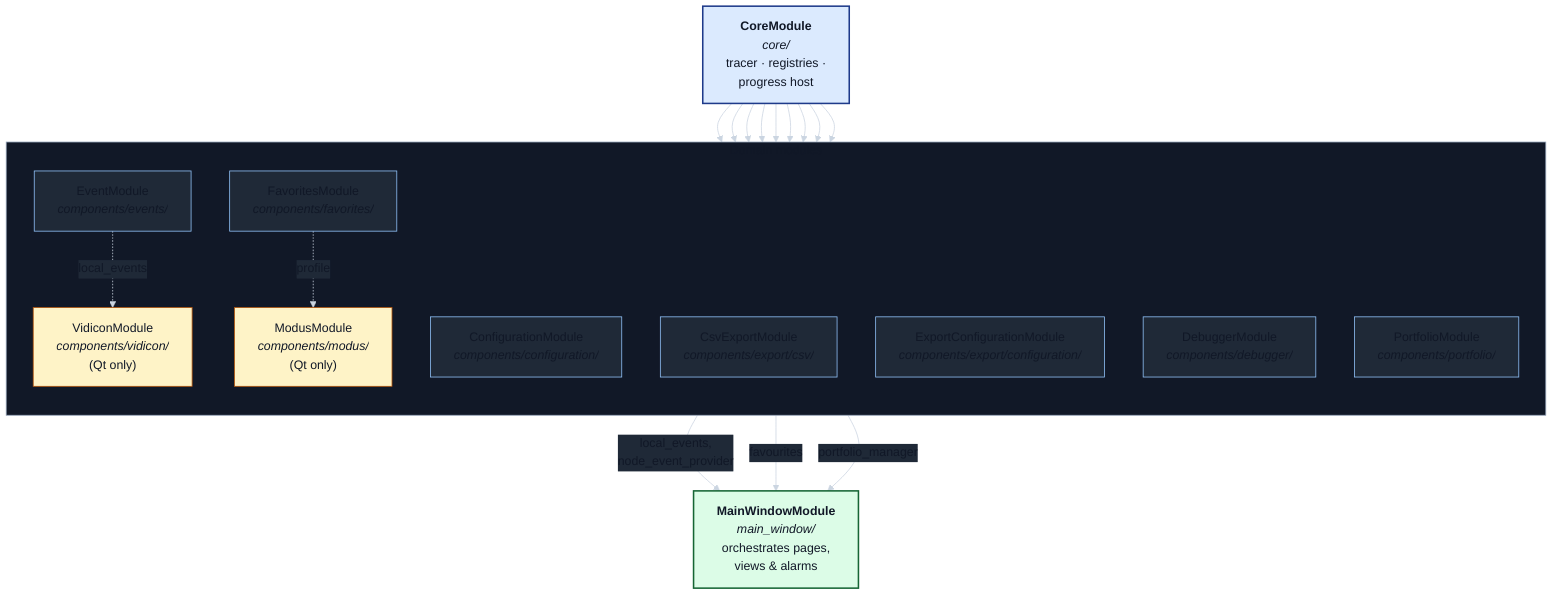
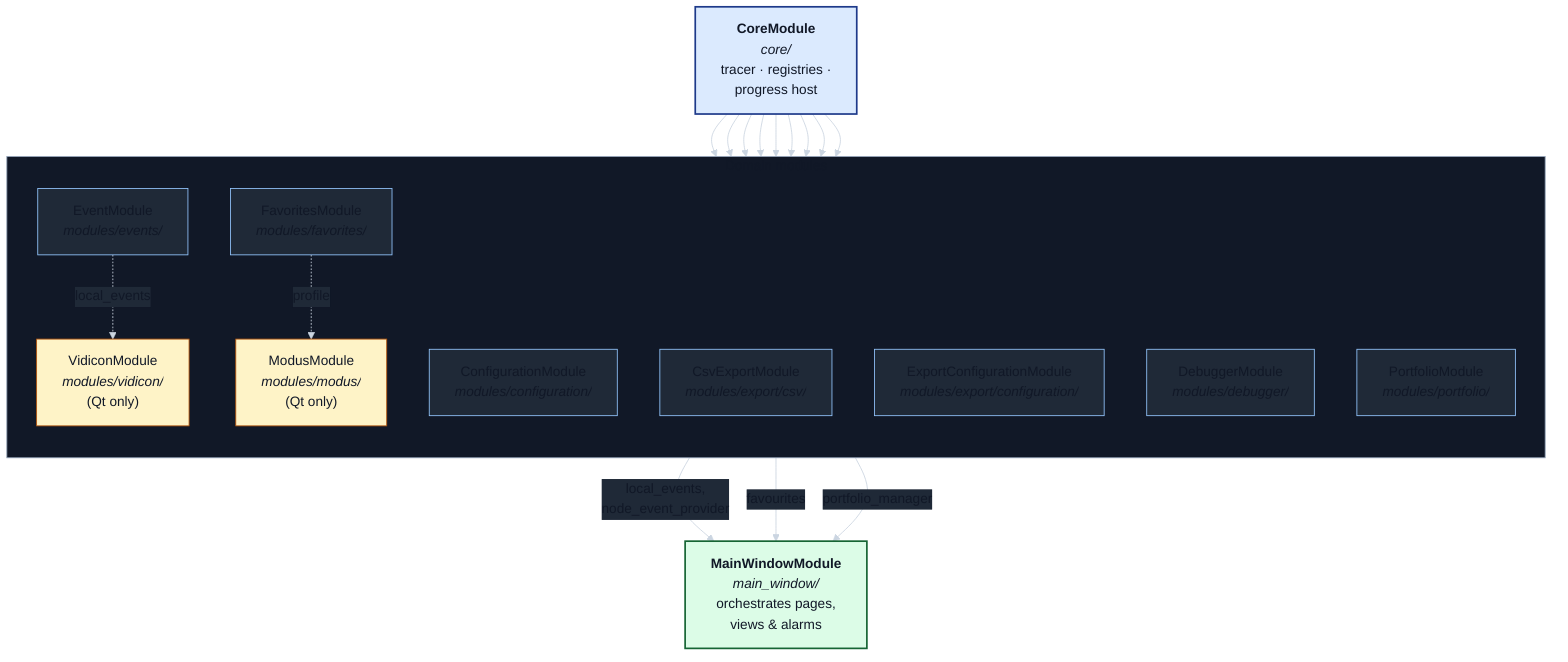
%%{init: {
  'theme': 'base',
  'themeVariables': {
    'background': 'transparent',
    'primaryColor': '#1f2937',
    'primaryBorderColor': '#93c5fd',
    'primaryTextColor': '#f8fafc',
    'secondaryColor': '#1f2937',
    'secondaryBorderColor': '#93c5fd',
    'secondaryTextColor': '#f8fafc',
    'tertiaryColor': '#0f172a',
    'tertiaryBorderColor': '#94a3b8',
    'tertiaryTextColor': '#f8fafc',
    'lineColor': '#cbd5e1',
    'defaultLinkColor': '#cbd5e1',
    'clusterBkg': '#111827',
    'clusterBorder': '#94a3b8',
    'titleColor': '#f8fafc'
  },
  'flowchart': {'htmlLabels': true}
}}%%
flowchart TB
    Core["<b>CoreModule</b><br/><i>core/</i><br/>tracer · registries ·<br/>progress host"]

    subgraph Domain["Domain modules"]
        direction TB
-         Event["EventModule<br/><i>components/events/</i>"]
-         Config["ConfigurationModule<br/><i>components/configuration/</i>"]
-         Csv["CsvExportModule<br/><i>components/export/csv/</i>"]
-         ExportCfg["ExportConfigurationModule<br/><i>components/export/configuration/</i>"]
-         Debug["DebuggerModule<br/><i>components/debugger/</i>"]
-         Fav["FavoritesModule<br/><i>components/favorites/</i>"]
-         Portfolio["PortfolioModule<br/><i>components/portfolio/</i>"]
-         Modus["ModusModule<br/><i>components/modus/</i><br/>(Qt only)"]
-         Vidicon["VidiconModule<br/><i>components/vidicon/</i><br/>(Qt only)"]
+         Event["EventModule<br/><i>modules/events/</i>"]
+         Config["ConfigurationModule<br/><i>modules/configuration/</i>"]
+         Csv["CsvExportModule<br/><i>modules/export/csv/</i>"]
+         ExportCfg["ExportConfigurationModule<br/><i>modules/export/configuration/</i>"]
+         Debug["DebuggerModule<br/><i>modules/debugger/</i>"]
+         Fav["FavoritesModule<br/><i>modules/favorites/</i>"]
+         Portfolio["PortfolioModule<br/><i>modules/portfolio/</i>"]
+         Modus["ModusModule<br/><i>modules/modus/</i><br/>(Qt only)"]
+         Vidicon["VidiconModule<br/><i>modules/vidicon/</i><br/>(Qt only)"]
    end

    MW["<b>MainWindowModule</b><br/><i>main_window/</i><br/>orchestrates pages,<br/>views &amp; alarms"]

    Core --> Event
    Core --> Config
    Core --> Csv
    Core --> ExportCfg
    Core --> Debug
    Core --> Fav
    Core --> Portfolio
    Core --> Modus
    Core --> Vidicon

    Event -->|local_events,<br/>node_event_provider| MW
    Fav -->|favourites| MW
    Portfolio -->|portfolio_manager| MW
    Event -.->|local_events| Vidicon
    Fav -.->|profile| Modus

    classDef root fill:#dbeafe,stroke:#1e3a8a,stroke-width:2px,color:#111827
    classDef orchestrator fill:#dcfce7,stroke:#166534,stroke-width:2px,color:#111827
    classDef qtonly fill:#fef3c7,stroke:#b45309,color:#111827
    class Core root
    class MW orchestrator
    class Modus,Vidicon qtonly
